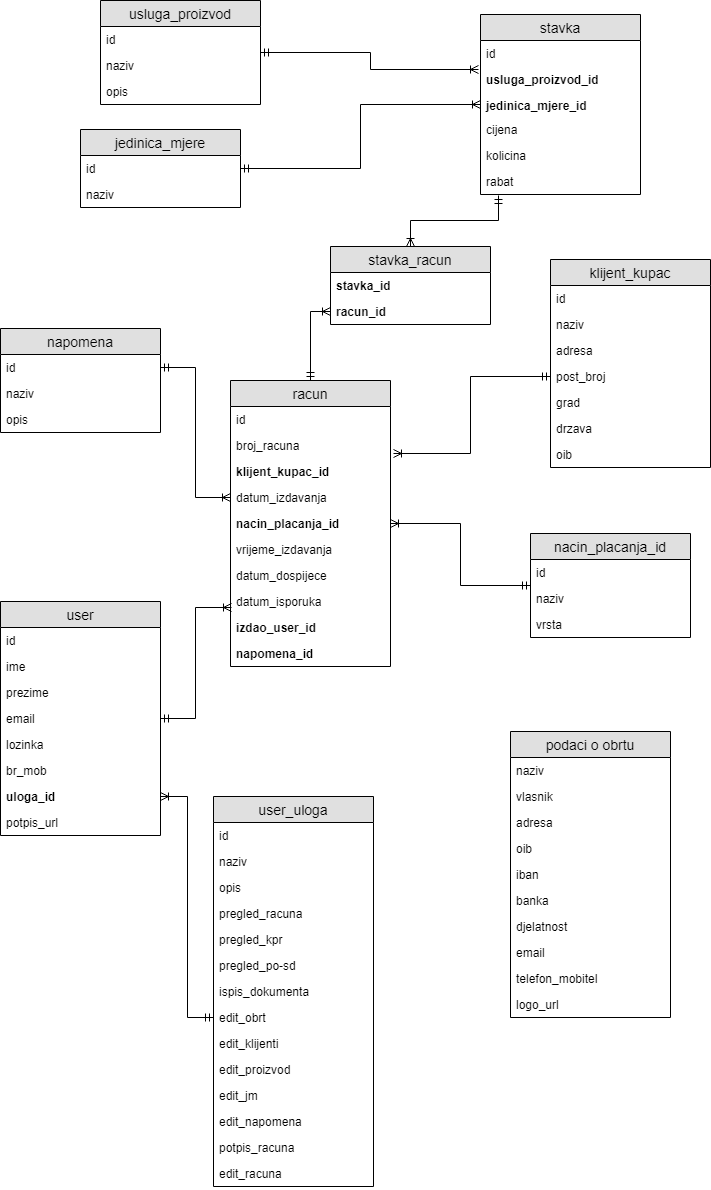
Above: izdavanje_racuna_za_pausalni_obrt-ERD_v1.1.png in delaga/Pausalni_obrt_ZR (draw.io), before the change. Source tidied: cells renumbered, new cells last; positions are measured from the earlier drawing's top-left corner, leaving out a move shared by most shapes.
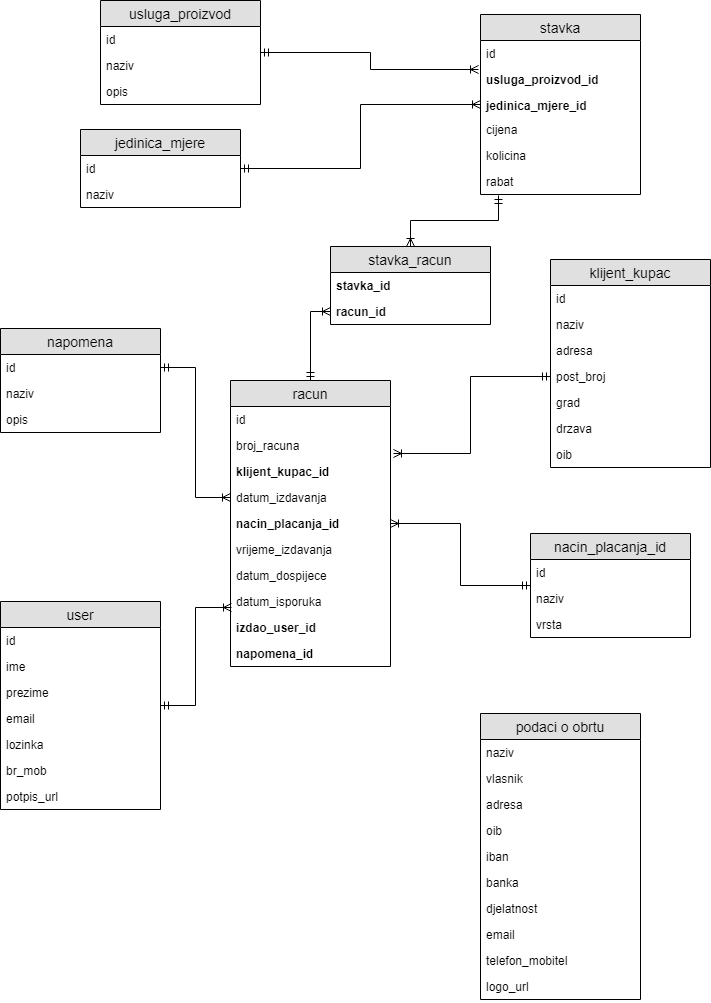
The same file after the commit.

Commit message:
izbacio role ali .....

Diff of the diagram source:
```diff
@@ -3,7 +3,7 @@
     <mxCell id="0" />
     <mxCell id="1" parent="0" />
     <mxCell id="2" value="podaci o obrtu" style="swimlane;fontStyle=0;horizontal=1;startSize=26;fillColor=#e0e0e0;swimlaneFillColor=#ffffff;align=center;fontSize=14;" parent="1" vertex="1">
-      <mxGeometry x="510" y="731" width="160" height="286" as="geometry" />
+      <mxGeometry x="480" y="713" width="160" height="286" as="geometry" />
     </mxCell>
     <mxCell id="3" value="naziv" style="text;strokeColor=none;fillColor=none;spacingLeft=4;spacingRight=4;overflow=hidden;fontSize=12;" parent="2" vertex="1">
       <mxGeometry y="26" width="160" height="26" as="geometry" />
@@ -192,7 +192,7 @@
       <mxGeometry relative="1" as="geometry" />
     </mxCell>
     <mxCell id="65" value="user" style="swimlane;fontStyle=0;horizontal=1;startSize=26;fillColor=#e0e0e0;swimlaneFillColor=#ffffff;align=center;fontSize=14;" parent="1" vertex="1">
-      <mxGeometry y="601" width="160" height="234" as="geometry" />
+      <mxGeometry y="601" width="160" height="208" as="geometry" />
     </mxCell>
     <mxCell id="66" value="id" style="text;strokeColor=none;fillColor=none;spacingLeft=4;spacingRight=4;overflow=hidden;fontSize=12;" parent="65" vertex="1">
       <mxGeometry y="26" width="160" height="26" as="geometry" />
@@ -212,59 +212,8 @@
     <mxCell id="71" value="br_mob" style="text;strokeColor=none;fillColor=none;spacingLeft=4;spacingRight=4;overflow=hidden;fontSize=12;" parent="65" vertex="1">
       <mxGeometry y="156" width="160" height="26" as="geometry" />
     </mxCell>
-    <mxCell id="72" value="uloga_id" style="text;strokeColor=none;fillColor=none;spacingLeft=4;spacingRight=4;overflow=hidden;points=[[0,0.5],[1,0.5]];portConstraint=eastwest;fontSize=12;fontStyle=1;" parent="65" vertex="1">
-      <mxGeometry y="182" width="160" height="26" as="geometry" />
-    </mxCell>
     <mxCell id="73" value="potpis_url" style="text;strokeColor=none;fillColor=none;spacingLeft=4;spacingRight=4;overflow=hidden;fontSize=12;" parent="65" vertex="1">
-      <mxGeometry y="208" width="160" height="26" as="geometry" />
+      <mxGeometry y="182" width="160" height="26" as="geometry" />
     </mxCell>
-    <mxCell id="74" value="user_uloga" style="swimlane;fontStyle=0;horizontal=1;startSize=26;fillColor=#e0e0e0;swimlaneFillColor=#ffffff;align=center;fontSize=14;" parent="1" vertex="1">
-      <mxGeometry x="213" y="796" width="160" height="390" as="geometry" />
-    </mxCell>
-    <mxCell id="75" value="id" style="text;strokeColor=none;fillColor=none;spacingLeft=4;spacingRight=4;overflow=hidden;fontSize=12;" parent="74" vertex="1">
-      <mxGeometry y="26" width="160" height="26" as="geometry" />
-    </mxCell>
-    <mxCell id="76" value="naziv" style="text;strokeColor=none;fillColor=none;spacingLeft=4;spacingRight=4;overflow=hidden;fontSize=12;" parent="74" vertex="1">
-      <mxGeometry y="52" width="160" height="26" as="geometry" />
-    </mxCell>
-    <mxCell id="77" value="opis" style="text;strokeColor=none;fillColor=none;spacingLeft=4;spacingRight=4;overflow=hidden;fontSize=12;" parent="74" vertex="1">
-      <mxGeometry y="78" width="160" height="26" as="geometry" />
-    </mxCell>
-    <mxCell id="78" value="pregled_racuna" style="text;strokeColor=none;fillColor=none;spacingLeft=4;spacingRight=4;overflow=hidden;fontSize=12;" parent="74" vertex="1">
-      <mxGeometry y="104" width="160" height="26" as="geometry" />
-    </mxCell>
-    <mxCell id="79" value="pregled_kpr" style="text;strokeColor=none;fillColor=none;spacingLeft=4;spacingRight=4;overflow=hidden;fontSize=12;" parent="74" vertex="1">
-      <mxGeometry y="130" width="160" height="26" as="geometry" />
-    </mxCell>
-    <mxCell id="80" value="pregled_po-sd" style="text;strokeColor=none;fillColor=none;spacingLeft=4;spacingRight=4;overflow=hidden;fontSize=12;" parent="74" vertex="1">
-      <mxGeometry y="156" width="160" height="26" as="geometry" />
-    </mxCell>
-    <mxCell id="81" value="ispis_dokumenta" style="text;strokeColor=none;fillColor=none;spacingLeft=4;spacingRight=4;overflow=hidden;fontSize=12;" parent="74" vertex="1">
-      <mxGeometry y="182" width="160" height="26" as="geometry" />
-    </mxCell>
-    <mxCell id="82" value="edit_obrt" style="text;strokeColor=none;fillColor=none;spacingLeft=4;spacingRight=4;overflow=hidden;points=[[0,0.5],[1,0.5]];portConstraint=eastwest;fontSize=12;" parent="74" vertex="1">
-      <mxGeometry y="208" width="160" height="26" as="geometry" />
-    </mxCell>
-    <mxCell id="83" value="edit_klijenti" style="text;strokeColor=none;fillColor=none;spacingLeft=4;spacingRight=4;overflow=hidden;fontSize=12;" parent="74" vertex="1">
-      <mxGeometry y="234" width="160" height="26" as="geometry" />
-    </mxCell>
-    <mxCell id="84" value="edit_proizvod" style="text;strokeColor=none;fillColor=none;spacingLeft=4;spacingRight=4;overflow=hidden;fontSize=12;" parent="74" vertex="1">
-      <mxGeometry y="260" width="160" height="26" as="geometry" />
-    </mxCell>
-    <mxCell id="85" value="edit_jm" style="text;strokeColor=none;fillColor=none;spacingLeft=4;spacingRight=4;overflow=hidden;fontSize=12;" parent="74" vertex="1">
-      <mxGeometry y="286" width="160" height="26" as="geometry" />
-    </mxCell>
-    <mxCell id="86" value="edit_napomena" style="text;strokeColor=none;fillColor=none;spacingLeft=4;spacingRight=4;overflow=hidden;fontSize=12;" parent="74" vertex="1">
-      <mxGeometry y="312" width="160" height="26" as="geometry" />
-    </mxCell>
-    <mxCell id="87" value="potpis_racuna" style="text;strokeColor=none;fillColor=none;spacingLeft=4;spacingRight=4;overflow=hidden;fontSize=12;" parent="74" vertex="1">
-      <mxGeometry y="338" width="160" height="26" as="geometry" />
-    </mxCell>
-    <mxCell id="88" value="edit_racuna" style="text;strokeColor=none;fillColor=none;spacingLeft=4;spacingRight=4;overflow=hidden;fontSize=12;" parent="74" vertex="1">
-      <mxGeometry y="364" width="160" height="26" as="geometry" />
-    </mxCell>
-    <mxCell id="89" style="edgeStyle=orthogonalEdgeStyle;rounded=0;jettySize=auto;html=1;entryX=1;entryY=0.5;entryDx=0;entryDy=0;startArrow=ERmandOne;startFill=0;endArrow=ERoneToMany;endFill=0;" parent="1" edge="1" source="82" target="72">
-      <mxGeometry relative="1" as="geometry" />
-    </mxCell>
   </root>
 </mxGraphModel>
```
